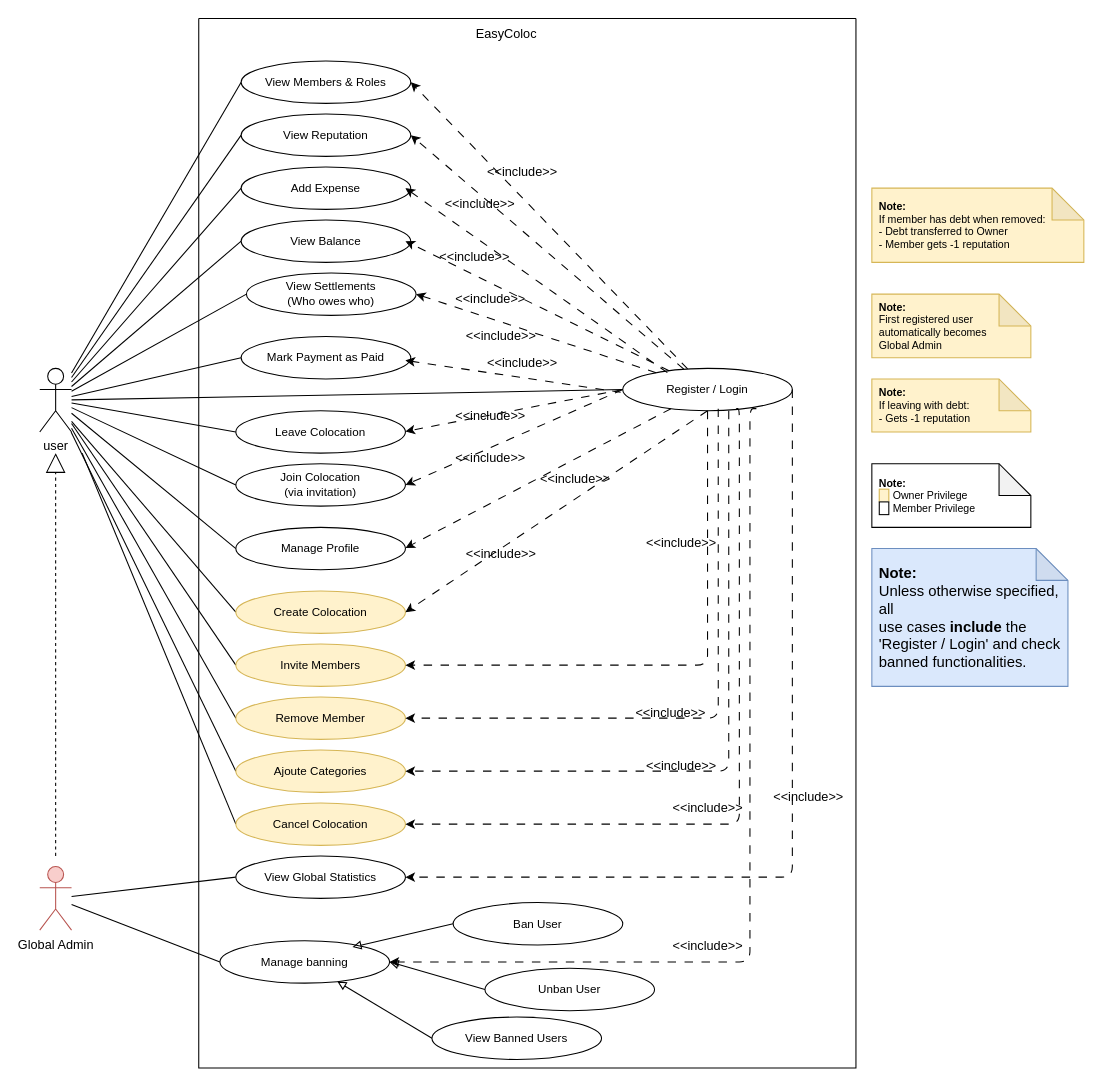
Above: UML/useCaseDiagram.drawio in bahaztariq/EasyColoc (draw.io), before the change. Source tidied: cells renumbered, new cells numbered last; positions are measured from the earlier drawing's top-left corner, leaving out a move shared by most shapes. Both pictures are drawn from the tidied source at 106%, with x=0, y=0 at pixel (39, 18).
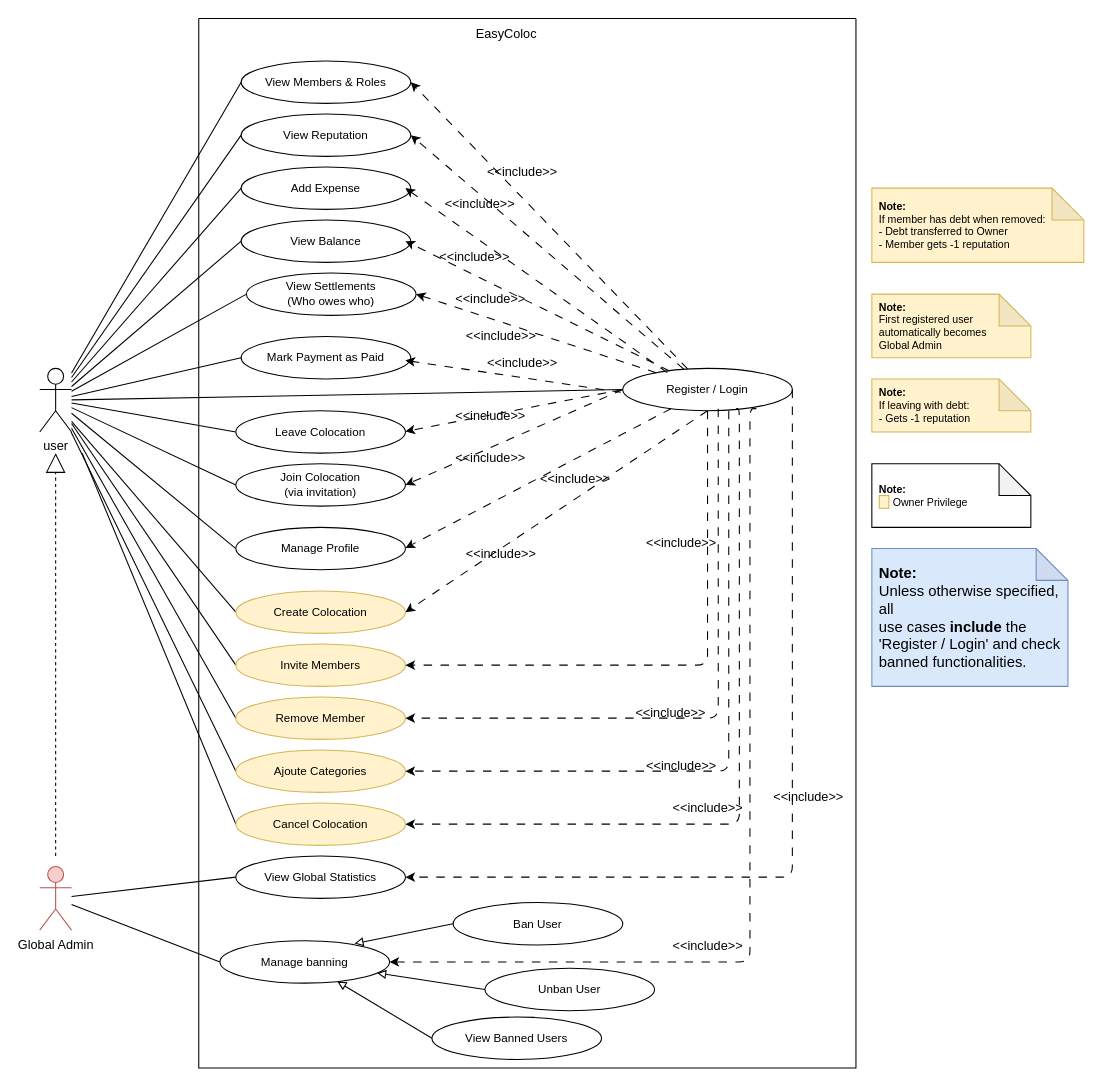
The same page after the edit.

Commit message:
fix: update use case diagram layout and reposition elements for clarity

The change refers to these unchanged cells:
```xml
<mxCell id="27" style="swimlane;startSize=0;" parent="1" vertex="1">
  <mxGeometry x="150" width="620" height="990" as="geometry" />
</mxCell>
<mxCell id="36" value="Ban User" style="ellipse;whiteSpace=wrap;html=1;fontSize=11;fillColor=#ffffff;" parent="27" vertex="1">
  <mxGeometry x="240" y="834" width="160" height="40" as="geometry" />
</mxCell>
<mxCell id="37" value="Unban User" style="ellipse;whiteSpace=wrap;html=1;fontSize=11;fillColor=#ffffff;" parent="27" vertex="1">
  <mxGeometry x="270" y="896" width="160" height="40" as="geometry" />
</mxCell>
<mxCell id="58" value="Manage banning" style="ellipse;whiteSpace=wrap;html=1;fontSize=11;fillColor=#ffffff;" parent="27" vertex="1">
  <mxGeometry x="20" y="870" width="160" height="40" as="geometry" />
</mxCell>
```

Diff of the diagram source:
```diff
@@
-    <mxCell id="25" value="&lt;b&gt;Note:&lt;/b&gt;&lt;br&gt;&lt;span style=&quot;background-color: rgb(255, 242, 204); border: 1px solid rgb(214, 182, 86);&quot;&gt;&amp;nbsp;&amp;nbsp;&amp;nbsp;&lt;/span&gt; Owner Privilege&lt;br&gt;&lt;span style=&quot;background-color: rgb(255, 255, 255); border: 1px solid rgb(0, 0, 0);&quot;&gt;&amp;nbsp;&amp;nbsp;&amp;nbsp;&lt;/span&gt;&amp;nbsp;Member Privilege" style="shape=note;whiteSpace=wrap;html=1;backgroundOutline=1;darkOpacity=0.05;fontSize=10;fillColor=#ffffff;strokeColor=#000000;align=left;spacingLeft=5;" parent="1" vertex="1">
+    <mxCell id="25" value="&lt;b&gt;Note:&lt;/b&gt;&lt;br&gt;&lt;span style=&quot;background-color: rgb(255, 242, 204); border: 1px solid rgb(214, 182, 86);&quot;&gt;&amp;nbsp;&amp;nbsp;&amp;nbsp;&lt;/span&gt; Owner Privilege" style="shape=note;whiteSpace=wrap;html=1;backgroundOutline=1;darkOpacity=0.05;fontSize=10;fillColor=#ffffff;strokeColor=#000000;align=left;spacingLeft=5;" parent="1" vertex="1">
       <mxGeometry x="785" y="420" width="150" height="60" as="geometry" />
     </mxCell>
@@
-    <mxCell id="60" style="endArrow=none;html=1;rounded=0;entryX=0;entryY=0.5;entryDx=0;entryDy=0;endFill=0;startArrow=block;startFill=0;" parent="27" edge="1" target="37">
-      <mxGeometry relative="1" as="geometry">
-        <mxPoint x="180" y="890" as="sourcePoint" />
-      </mxGeometry>
+    <mxCell id="60" style="endArrow=none;html=1;rounded=0;entryX=0;entryY=0.5;entryDx=0;entryDy=0;endFill=0;startArrow=block;startFill=0;" parent="27" edge="1" source="58" target="37">
+      <mxGeometry relative="1" as="geometry" />
     </mxCell>
-    <mxCell id="61" style="endArrow=none;html=1;rounded=0;entryX=0;entryY=0.5;entryDx=0;entryDy=0;exitX=0.781;exitY=0.15;exitDx=0;exitDy=0;endFill=0;startArrow=block;startFill=0;exitPerimeter=0;" parent="27" edge="1" source="58" target="36">
+    <mxCell id="61" style="endArrow=none;html=1;rounded=0;entryX=0;entryY=0.5;entryDx=0;entryDy=0;exitX=0.793;exitY=0.067;exitDx=0;exitDy=0;endFill=0;startArrow=block;startFill=0;exitPerimeter=0;" parent="27" edge="1" source="58" target="36">
       <mxGeometry relative="1" as="geometry" />
     </mxCell>
```
